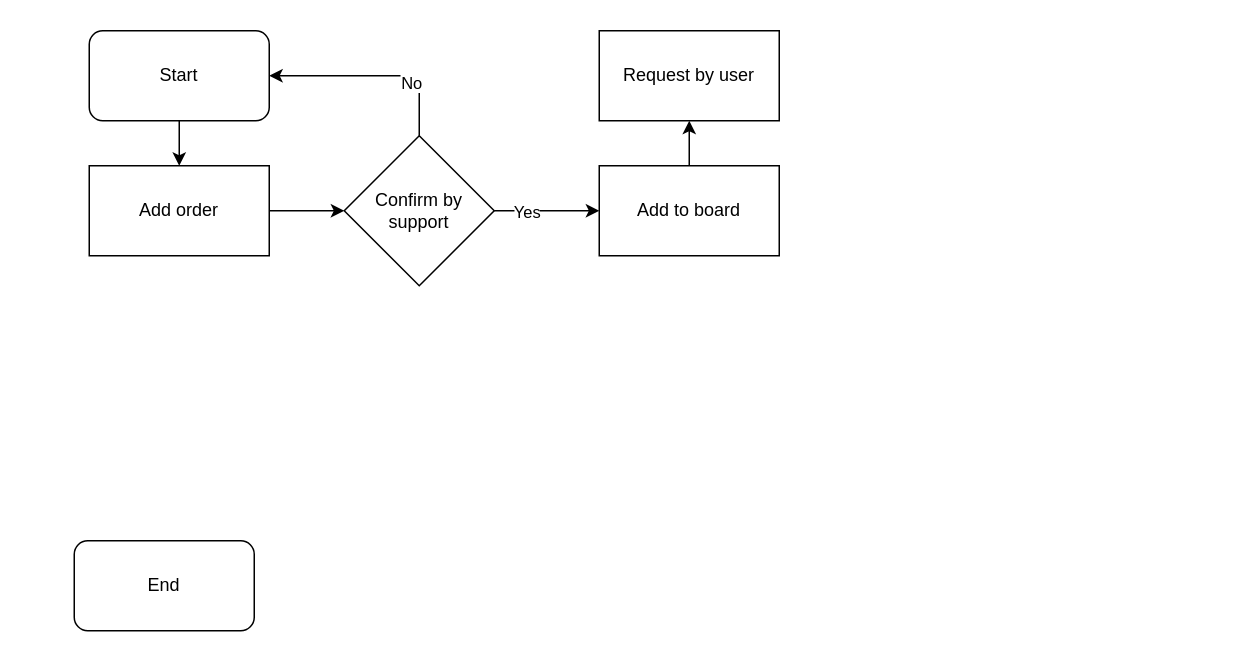
This is extudent-order.drawio from BlackIQ/.github, a draw.io file, before an edit. Source tidied: cells renumbered, new cells numbered last; positions are measured from the earlier drawing's top-left corner, leaving out a move shared by most shapes. Both pictures are drawn from the tidied source at 150%, with x=0, y=0 at pixel (74, 30).
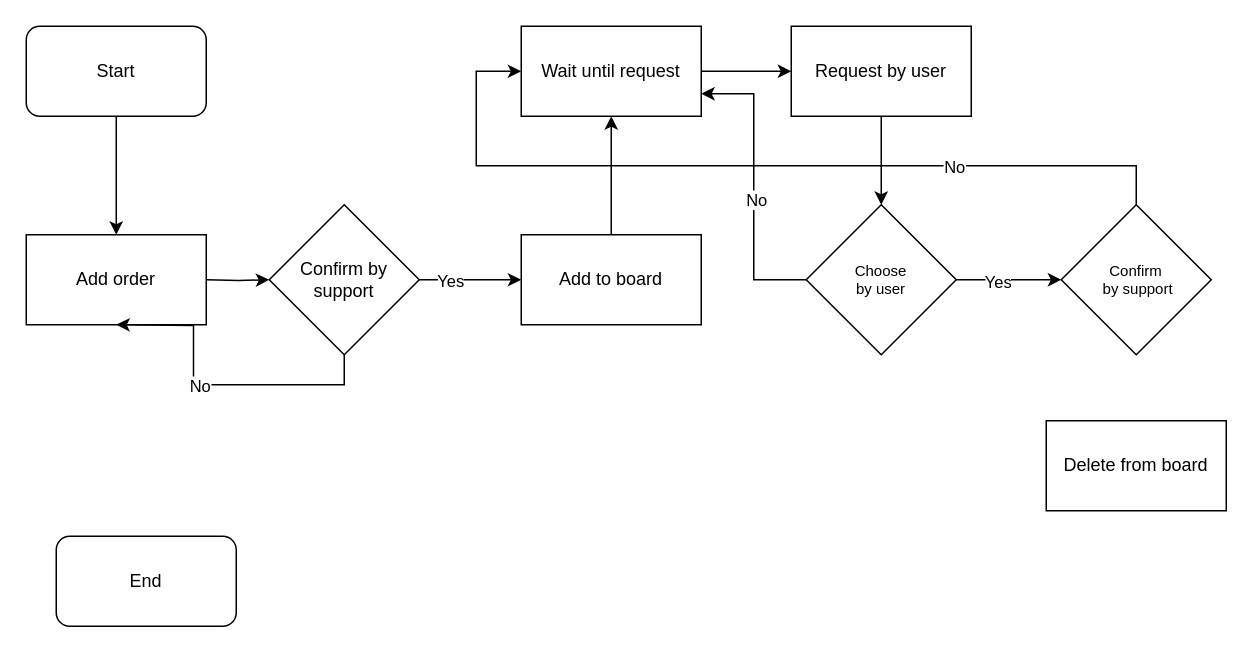
Above is the later version.

What changed in the source:
```diff
@@
     <mxCell id="3" value="Start" style="rounded=1;whiteSpace=wrap;html=1;" parent="1" vertex="1">
-      <mxGeometry x="10" width="120" height="60" as="geometry" />
+      <mxGeometry x="-32" y="-3" width="120" height="60" as="geometry" />
     </mxCell>
     <mxCell id="4" value="End" style="rounded=1;whiteSpace=wrap;html=1;" parent="1" vertex="1">
-      <mxGeometry y="340" width="120" height="60" as="geometry" />
+      <mxGeometry x="-12" y="337" width="120" height="60" as="geometry" />
     </mxCell>
-    <mxCell id="5" style="edgeStyle=orthogonalEdgeStyle;rounded=0;jettySize=auto;html=1;entryX=0;entryY=0.5;entryDx=0;entryDy=0;" parent="1" edge="1" source="6" target="11">
-      <mxGeometry relative="1" as="geometry" />
+    <mxCell id="5" style="edgeStyle=orthogonalEdgeStyle;rounded=0;jettySize=auto;html=1;entryX=0;entryY=0.5;entryDx=0;entryDy=0;" parent="1" edge="1" target="11">
+      <mxGeometry relative="1" as="geometry">
+        <mxPoint x="88" y="166" as="sourcePoint" />
+      </mxGeometry>
     </mxCell>
     <mxCell id="6" value="Add order" style="rounded=0;whiteSpace=wrap;html=1;" parent="1" vertex="1">
-      <mxGeometry x="10" y="90" width="120" height="60" as="geometry" />
+      <mxGeometry x="-32" y="136" width="120" height="60" as="geometry" />
     </mxCell>
-    <mxCell id="7" style="edgeStyle=orthogonalEdgeStyle;rounded=0;jettySize=auto;html=1;exitX=0.5;exitY=0;exitDx=0;exitDy=0;entryX=1;entryY=0.5;entryDx=0;entryDy=0;" parent="1" edge="1" source="11" target="3">
-      <mxGeometry relative="1" as="geometry" />
-    </mxCell>
-    <mxCell id="8" value="No" style="edgeLabel;html=1;align=center;verticalAlign=middle;" parent="7" vertex="1">
-      <mxGeometry x="-0.34" y="4" relative="1" as="geometry" />
-    </mxCell>
@@
+    <mxCell id="15" style="edgeStyle=orthogonalEdgeStyle;rounded=0;jettySize=auto;html=1;exitX=0.5;exitY=1;exitDx=0;exitDy=0;entryX=0.5;entryY=1;entryDx=0;entryDy=0;" parent="1" edge="1" source="11">
+      <mxGeometry relative="1" as="geometry">
+        <mxPoint x="28" y="196" as="targetPoint" />
+      </mxGeometry>
+    </mxCell>
+    <mxCell id="16" value="No" style="edgeLabel;html=1;align=center;verticalAlign=middle;" parent="15" vertex="1">
+      <mxGeometry x="0.11" relative="1" as="geometry" />
+    </mxCell>
     <mxCell id="11" value="Confirm by support" style="rhombus;whiteSpace=wrap;html=1;" parent="1" vertex="1">
-      <mxGeometry x="180" y="70" width="100" height="100" as="geometry" />
+      <mxGeometry x="130" y="116" width="100" height="100" as="geometry" />
     </mxCell>
-    <mxCell id="12" style="edgeStyle=orthogonalEdgeStyle;rounded=0;jettySize=auto;html=1;entryX=0.5;entryY=1;entryDx=0;entryDy=0;" parent="1" edge="1" source="13" target="14">
-      <mxGeometry relative="1" as="geometry" />
-    </mxCell>
+    <mxCell id="17" style="edgeStyle=orthogonalEdgeStyle;rounded=0;jettySize=auto;html=1;exitX=0.5;exitY=0;exitDx=0;exitDy=0;" parent="1" edge="1" source="13" target="28">
+      <mxGeometry relative="1" as="geometry" />
+    </mxCell>
     <mxCell id="13" value="Add to board" style="rounded=0;whiteSpace=wrap;html=1;" parent="1" vertex="1">
-      <mxGeometry x="350" y="90" width="120" height="60" as="geometry" />
+      <mxGeometry x="298" y="136" width="120" height="60" as="geometry" />
     </mxCell>
+    <mxCell id="18" style="edgeStyle=orthogonalEdgeStyle;rounded=0;jettySize=auto;html=1;exitX=0.5;exitY=1;exitDx=0;exitDy=0;" parent="1" edge="1" source="14" target="23">
+      <mxGeometry relative="1" as="geometry" />
+    </mxCell>
     <mxCell id="14" value="Request by user" style="rounded=0;whiteSpace=wrap;html=1;" parent="1" vertex="1">
-      <mxGeometry x="350" width="120" height="60" as="geometry" />
+      <mxGeometry x="478" y="-3" width="120" height="60" as="geometry" />
     </mxCell>
+    <mxCell id="19" style="edgeStyle=orthogonalEdgeStyle;rounded=0;jettySize=auto;html=1;" parent="1" edge="1" source="23" target="26">
+      <mxGeometry relative="1" as="geometry" />
+    </mxCell>
+    <mxCell id="20" value="Yes" style="edgeLabel;html=1;align=center;verticalAlign=middle;" parent="19" vertex="1">
+      <mxGeometry x="-0.24" y="-1" relative="1" as="geometry" />
+    </mxCell>
+    <mxCell id="21" style="edgeStyle=orthogonalEdgeStyle;rounded=0;jettySize=auto;html=1;exitX=0;exitY=0.5;exitDx=0;exitDy=0;entryX=1;entryY=0.75;entryDx=0;entryDy=0;" parent="1" edge="1" source="23" target="28">
+      <mxGeometry relative="1" as="geometry" />
+    </mxCell>
+    <mxCell id="22" value="No" style="edgeLabel;html=1;align=center;verticalAlign=middle;" parent="21" vertex="1">
+      <mxGeometry x="-0.08" y="-1" relative="1" as="geometry" />
+    </mxCell>
+    <mxCell id="23" value="Choose&lt;br style=&quot;font-size: 10px;&quot;&gt;by user" style="rhombus;whiteSpace=wrap;html=1;fontSize=10;" parent="1" vertex="1">
+      <mxGeometry x="488" y="116" width="100" height="100" as="geometry" />
+    </mxCell>
+    <mxCell id="24" style="edgeStyle=orthogonalEdgeStyle;rounded=0;jettySize=auto;html=1;exitX=0.5;exitY=0;exitDx=0;exitDy=0;entryX=0;entryY=0.5;entryDx=0;entryDy=0;" parent="1" edge="1" source="26" target="28">
+      <mxGeometry relative="1" as="geometry">
+        <Array as="points">
+          <mxPoint x="708" y="90" />
+          <mxPoint x="268" y="90" />
+          <mxPoint x="268" y="27" />
+        </Array>
+      </mxGeometry>
+    </mxCell>
+    <mxCell id="25" value="No" style="edgeLabel;html=1;align=center;verticalAlign=middle;" parent="24" vertex="1">
+      <mxGeometry x="-0.47" relative="1" as="geometry" />
+    </mxCell>
+    <mxCell id="26" value="Confirm&lt;br&gt;&amp;nbsp;by support" style="rhombus;whiteSpace=wrap;html=1;fontSize=10;" parent="1" vertex="1">
+      <mxGeometry x="658" y="116" width="100" height="100" as="geometry" />
+    </mxCell>
+    <mxCell id="27" style="edgeStyle=orthogonalEdgeStyle;rounded=0;jettySize=auto;html=1;exitX=1;exitY=0.5;exitDx=0;exitDy=0;" parent="1" edge="1" source="28" target="14">
+      <mxGeometry relative="1" as="geometry" />
+    </mxCell>
+    <mxCell id="28" value="Wait until request" style="rounded=0;whiteSpace=wrap;html=1;" parent="1" vertex="1">
+      <mxGeometry x="298" y="-3" width="120" height="60" as="geometry" />
+    </mxCell>
+    <mxCell id="29" value="Delete from board" style="rounded=0;whiteSpace=wrap;html=1;" parent="1" vertex="1">
+      <mxGeometry x="648" y="260" width="120" height="60" as="geometry" />
+    </mxCell>
```
